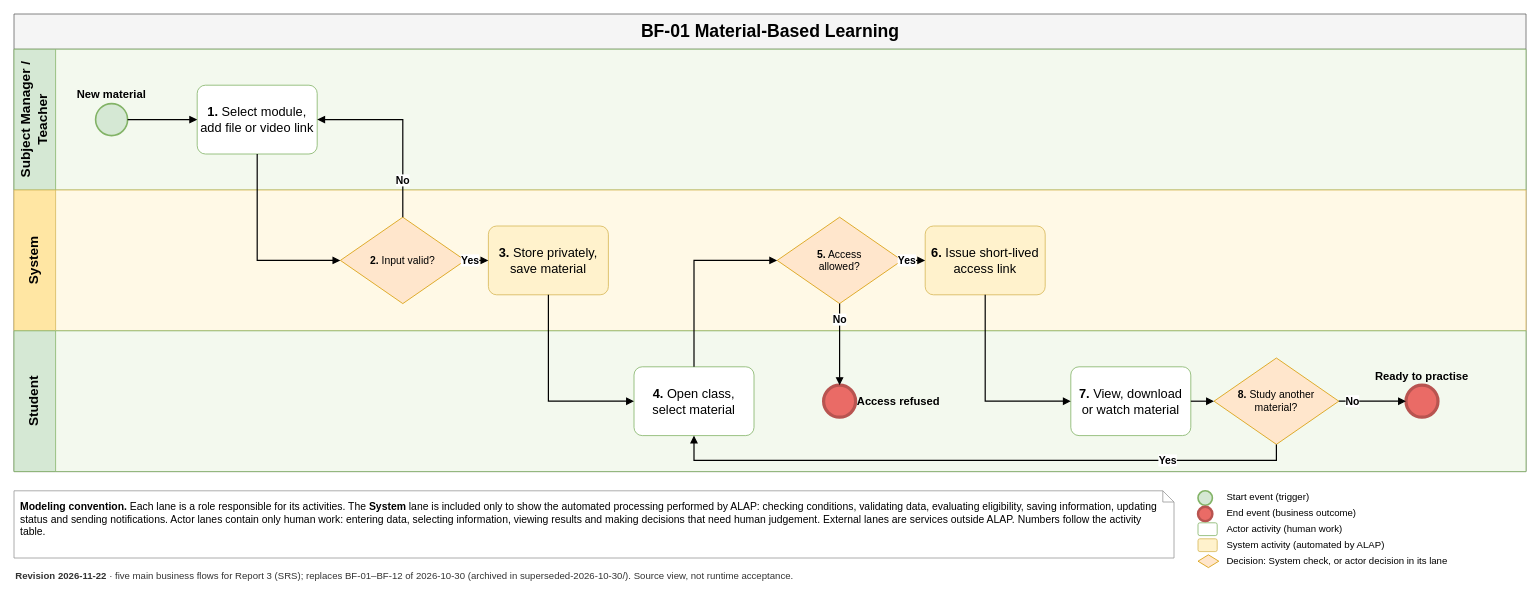
Before: aidlc-docs/inception/main-business-flows/BF-01-Material-Based-Learning.drawio in hygef-v4/AI-Powered-Learning-Platform, a draw.io diagram. Source tidied: cells renumbered, new cells numbered last; positions are measured from the earlier drawing's top-left corner, leaving out a move shared by most shapes. Both pictures are drawn from the tidied source at 80%, with x=0, y=0 at pixel (14, 14).
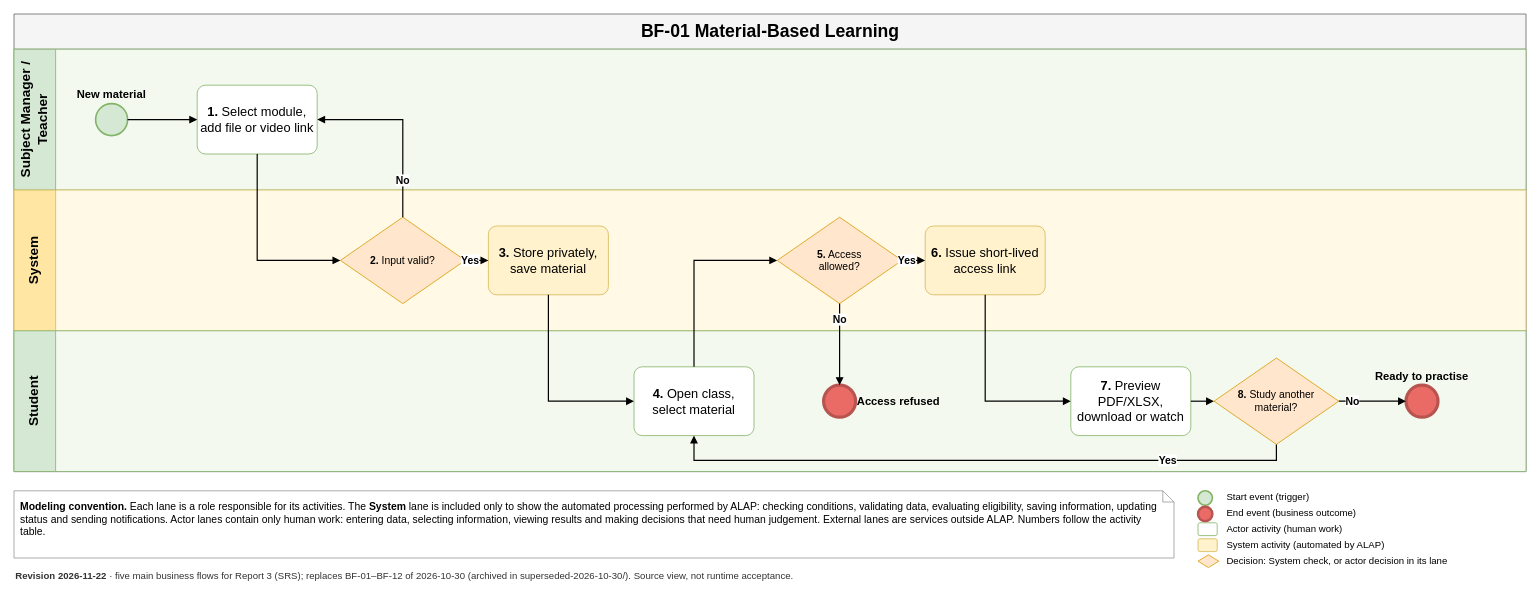
Above is the later version.

Unchanged cells that the change refers to:
```xml
<mxCell id="5" value="Student" style="swimlane;startSize=52;horizontal=0;html=1;whiteSpace=wrap;fillColor=#D5E8D4;swimlaneFillColor=#F3F9EE;strokeColor=#82B366;fontSize=17;fontStyle=1;align=center;verticalAlign=middle;spacing=4;" parent="2" vertex="1">
  <mxGeometry y="396" width="1890" height="176" as="geometry" />
</mxCell>
```

Change to the diagram source:
```diff
@@
-    <mxCell id="14" value="&lt;b&gt;7.&lt;/b&gt; View, download or watch material" style="rounded=1;whiteSpace=wrap;html=1;fillColor=#FFFFFF;strokeColor=#82B366;fontSize=16;spacing=4;arcSize=12;" parent="5" vertex="1">
+    <mxCell id="14" value="&lt;b&gt;7.&lt;/b&gt; Preview PDF/XLSX, download or watch" style="rounded=1;whiteSpace=wrap;html=1;fillColor=#FFFFFF;strokeColor=#82B366;fontSize=16;spacing=4;arcSize=12;" parent="5" vertex="1">
       <mxGeometry x="1321" y="45" width="150" height="86" as="geometry" />
     </mxCell>
```
